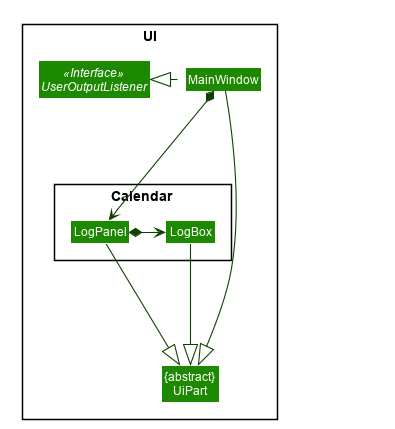
Before: docs/images/UiLogClassDiagram.png, a diagram exported from PlantUML (nus-cs2103-AY1920S1/addressbook-level3).
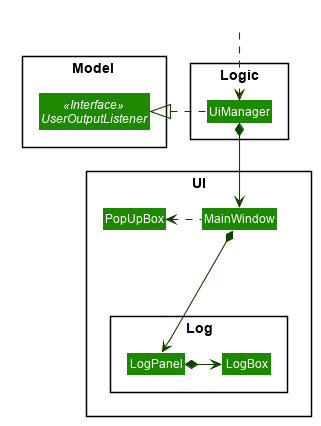
After the commit.

The edit, as a diff of the source:
```diff
@@ -52,25 +52,31 @@
 skinparam classBackgroundColor #1D8900
 
 package UI <<Rectangle>> {
-Class "{abstract}\nUiPart" as UiPart
 Class MainWindow
-Interface UserOutputListener <<Interface>>
-    package Calendar <<Rectangle>> {
-        Class "{abstract}\nUiPart" as UiPart
+Class PopUpBox
+    package Log <<Rectangle>> {
         Class LogPanel
         Class LogBox
     }
 }
 
+package Logic <<Rectangle>> {
+    Class UiManager
+}
+
+package Model <<Rectangle>> {
+    Interface UserOutputListener <<Interface>>
+}
+
 Class HiddenOutside #FFFFFF
+HiddenOutside ..> UiManager
+
+UiManager .left..|> UserOutputListener
+UiManager *--> MainWindow
+
 MainWindow *-down--> LogPanel
-MainWindow .left..|> UserOutputListener
-MainWindow -down--|> UiPart
+MainWindow .left.> PopUpBox
 
-LogPanel -down--|> UiPart
 LogPanel *-right--> LogBox
 
-LogBox -down--|> UiPart
-
-
 @enduml
```
